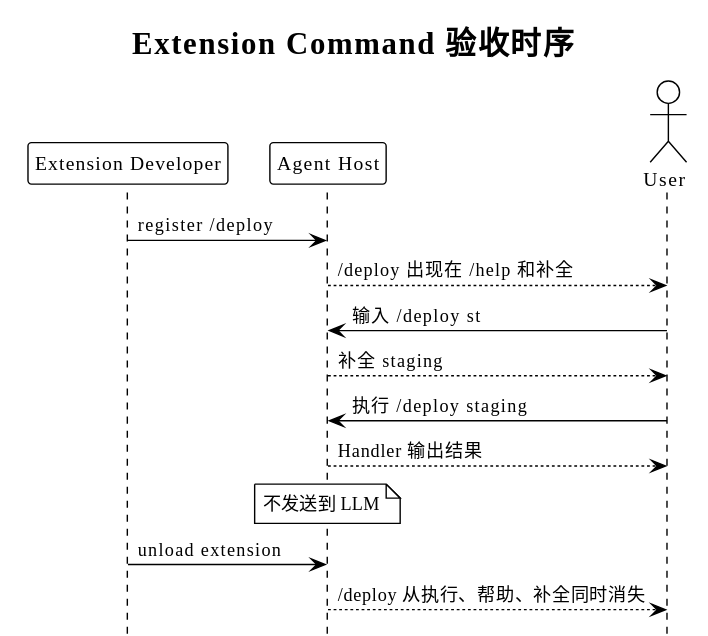
Earlier version of the PlantUML export diagrams/extension-command/19-acceptance-sequence.svg (superheromeZzh/pi-mono-java-design).
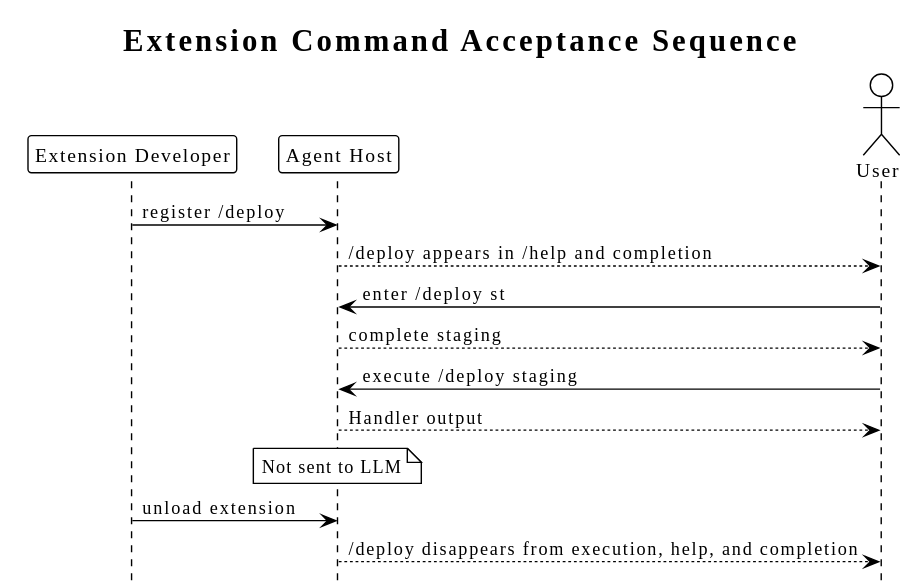
After the change.

What changed in the source:
```diff
@@ -1,25 +1,25 @@
 @startuml
 !theme plain
 !pragma layout smetana
-skinparam defaultFontName "PingFang SC"
+skinparam defaultFontName "SansSerif"
 skinparam shadowing false
 skinparam backgroundColor transparent
 hide footbox
-title Extension Command 验收时序
+title Extension Command Acceptance Sequence
 
 participant "Extension Developer" as Dev
 participant "Agent Host" as Host
 actor User
 
 Dev -> Host : register /deploy
-Host --> User : /deploy 出现在 /help 和补全
-User -> Host : 输入 /deploy st
-Host --> User : 补全 staging
-User -> Host : 执行 /deploy staging
-Host --> User : Handler 输出结果
+Host --> User : /deploy appears in /help and completion
+User -> Host : enter /deploy st
+Host --> User : complete staging
+User -> Host : execute /deploy staging
+Host --> User : Handler output
 note over Host
-  不发送到 LLM
+  Not sent to LLM
 end note
 Dev -> Host : unload extension
-Host --> User : /deploy 从执行、帮助、补全同时消失
+Host --> User : /deploy disappears from execution, help, and completion
 @enduml
```
